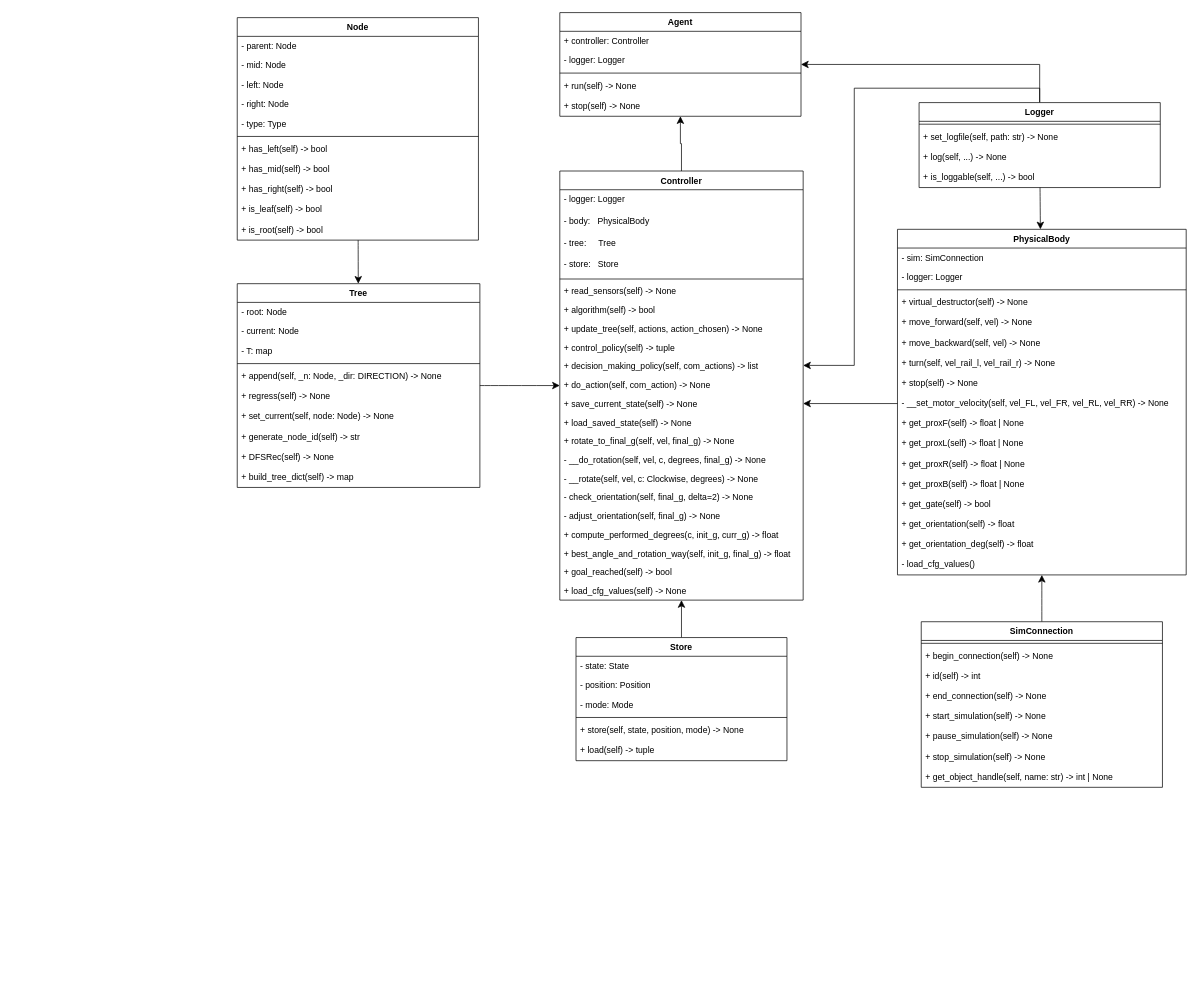
Before: Documentation/Diagrams/ClassDiagram/ClassDiagramEv3Project.drawio in Mastro-Gibbs/PROGETTO_ROBOTICA, a draw.io diagram. Source tidied: cells renumbered, new cells numbered last; positions are measured from the earlier drawing's top-left corner, leaving out a move shared by most shapes. Both pictures are drawn from the tidied source at 72%, with x=0, y=0 at pixel (237, 12).
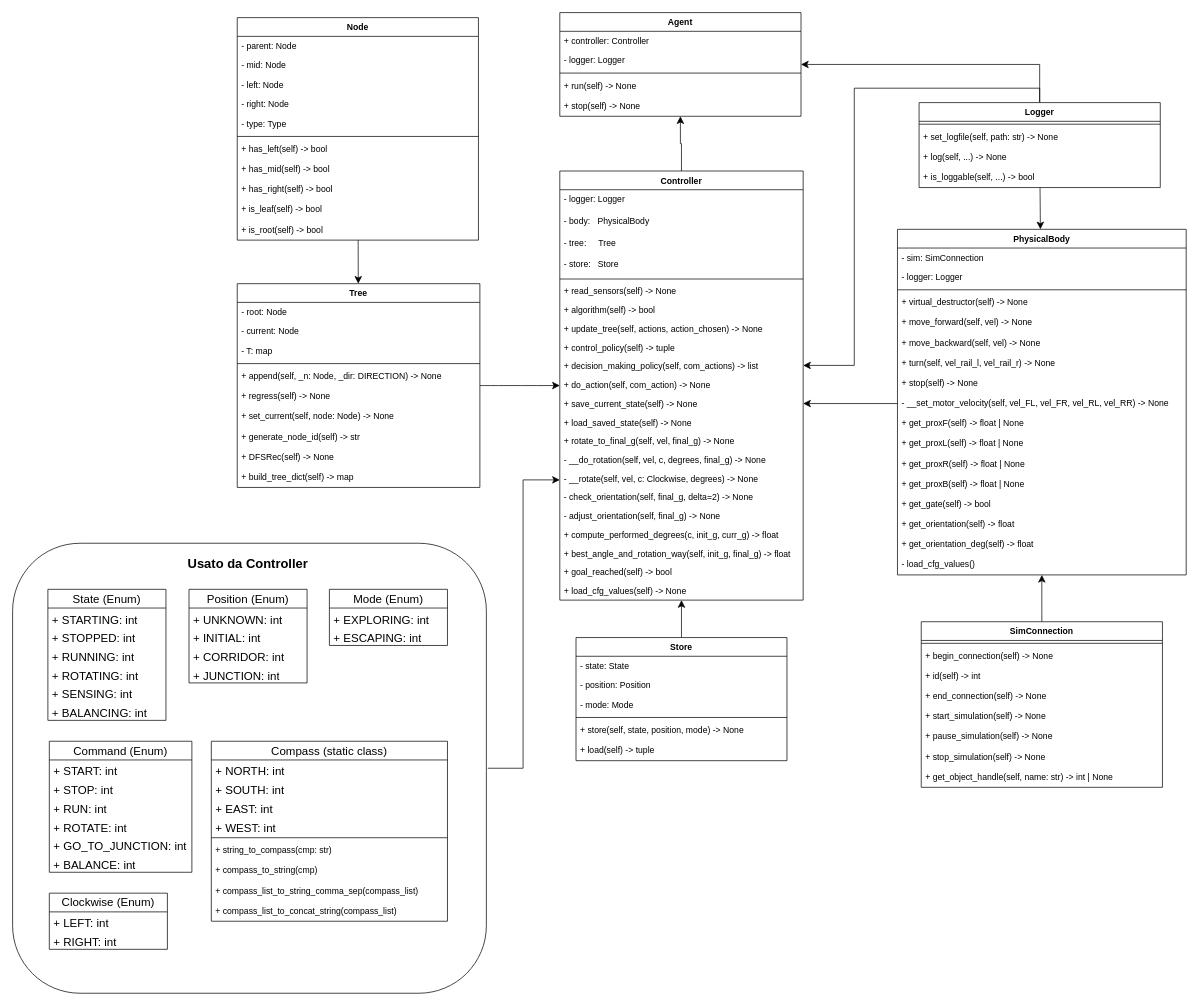
After the change.

Unchanged cells that the change refers to:
```xml
<mxCell id="9" value="Controller" style="swimlane;fontStyle=1;align=center;verticalAlign=top;horizontal=1;startSize=26;" parent="1" vertex="1">
  <mxGeometry x="448" y="220" width="338" height="596" as="geometry" />
</mxCell>
```

Diff of the diagram source:
```diff
@@
-    <mxCell id="94" value="Store" style="swimlane;fontStyle=1;align=center;verticalAlign=top;horizontal=1;startSize=26;" parent="1" vertex="1">
+    <mxCell id="94" value="Store" style="swimlane;fontStyle=1;align=center;verticalAlign=top;horizontal=1;startSize=26;strokeColor=default;swimlaneLine=1;glass=0;shadow=0;rounded=0;" parent="1" vertex="1">
       <mxGeometry x="470.5" y="868" width="293" height="171" as="geometry" />
     </mxCell>
@@
+    <mxCell id="104" value="State (Enum)" style="swimlane;fontStyle=0;horizontal=1;startSize=26;fillColor=none;whiteSpace=wrap;html=1;fontSize=16;" parent="1" vertex="1">
+      <mxGeometry x="-263" y="801" width="164" height="182" as="geometry" />
+    </mxCell>
+    <mxCell id="105" value="+ STARTING: int" style="text;strokeColor=none;fillColor=none;align=left;verticalAlign=top;spacingLeft=4;spacingRight=4;overflow=hidden;whiteSpace=wrap;html=1;fontSize=16;" parent="104" vertex="1">
+      <mxGeometry y="26" width="164" height="26" as="geometry" />
+    </mxCell>
+    <mxCell id="106" value="+ STOPPED: int" style="text;strokeColor=none;fillColor=none;align=left;verticalAlign=top;spacingLeft=4;spacingRight=4;overflow=hidden;whiteSpace=wrap;html=1;fontSize=16;" parent="104" vertex="1">
+      <mxGeometry y="52" width="164" height="26" as="geometry" />
+    </mxCell>
+    <mxCell id="107" value="+ RUNNING: int" style="text;strokeColor=none;fillColor=none;align=left;verticalAlign=top;spacingLeft=4;spacingRight=4;overflow=hidden;whiteSpace=wrap;html=1;fontSize=16;" parent="104" vertex="1">
+      <mxGeometry y="78" width="164" height="26" as="geometry" />
+    </mxCell>
+    <mxCell id="108" value="+ ROTATING: int" style="text;strokeColor=none;fillColor=none;align=left;verticalAlign=top;spacingLeft=4;spacingRight=4;overflow=hidden;whiteSpace=wrap;html=1;fontSize=16;" parent="104" vertex="1">
+      <mxGeometry y="104" width="164" height="26" as="geometry" />
+    </mxCell>
+    <mxCell id="109" value="+ SENSING: int" style="text;strokeColor=none;fillColor=none;align=left;verticalAlign=top;spacingLeft=4;spacingRight=4;overflow=hidden;whiteSpace=wrap;html=1;fontSize=16;" parent="104" vertex="1">
+      <mxGeometry y="130" width="164" height="26" as="geometry" />
+    </mxCell>
+    <mxCell id="110" value="+ BALANCING: int" style="text;strokeColor=none;fillColor=none;align=left;verticalAlign=top;spacingLeft=4;spacingRight=4;overflow=hidden;whiteSpace=wrap;html=1;fontSize=16;" parent="104" vertex="1">
+      <mxGeometry y="156" width="164" height="26" as="geometry" />
+    </mxCell>
+    <mxCell id="111" value="Mode (Enum)" style="swimlane;fontStyle=0;horizontal=1;startSize=26;fillColor=none;whiteSpace=wrap;html=1;fontSize=16;" parent="1" vertex="1">
+      <mxGeometry x="128" y="801" width="164" height="78" as="geometry" />
+    </mxCell>
+    <mxCell id="112" value="+ EXPLORING: int" style="text;strokeColor=none;fillColor=none;align=left;verticalAlign=top;spacingLeft=4;spacingRight=4;overflow=hidden;whiteSpace=wrap;html=1;fontSize=16;" parent="111" vertex="1">
+      <mxGeometry y="26" width="164" height="26" as="geometry" />
+    </mxCell>
+    <mxCell id="113" value="+ ESCAPING: int" style="text;strokeColor=none;fillColor=none;align=left;verticalAlign=top;spacingLeft=4;spacingRight=4;overflow=hidden;whiteSpace=wrap;html=1;fontSize=16;" parent="111" vertex="1">
+      <mxGeometry y="52" width="164" height="26" as="geometry" />
+    </mxCell>
+    <mxCell id="114" value="Position (Enum)" style="swimlane;fontStyle=0;horizontal=1;startSize=26;fillColor=none;whiteSpace=wrap;html=1;fontSize=16;" parent="1" vertex="1">
+      <mxGeometry x="-67" y="801" width="164" height="130" as="geometry" />
+    </mxCell>
+    <mxCell id="115" value="+ UNKNOWN: int" style="text;strokeColor=none;fillColor=none;align=left;verticalAlign=top;spacingLeft=4;spacingRight=4;overflow=hidden;whiteSpace=wrap;html=1;fontSize=16;" parent="114" vertex="1">
+      <mxGeometry y="26" width="164" height="26" as="geometry" />
+    </mxCell>
+    <mxCell id="116" value="+ INITIAL: int" style="text;strokeColor=none;fillColor=none;align=left;verticalAlign=top;spacingLeft=4;spacingRight=4;overflow=hidden;whiteSpace=wrap;html=1;fontSize=16;" parent="114" vertex="1">
+      <mxGeometry y="52" width="164" height="26" as="geometry" />
+    </mxCell>
+    <mxCell id="117" value="+ CORRIDOR: int" style="text;strokeColor=none;fillColor=none;align=left;verticalAlign=top;spacingLeft=4;spacingRight=4;overflow=hidden;whiteSpace=wrap;html=1;fontSize=16;" parent="114" vertex="1">
+      <mxGeometry y="78" width="164" height="26" as="geometry" />
+    </mxCell>
+    <mxCell id="118" value="+ JUNCTION: int" style="text;strokeColor=none;fillColor=none;align=left;verticalAlign=top;spacingLeft=4;spacingRight=4;overflow=hidden;whiteSpace=wrap;html=1;fontSize=16;" parent="114" vertex="1">
+      <mxGeometry y="104" width="164" height="26" as="geometry" />
+    </mxCell>
+    <mxCell id="119" value="Compass (static class)" style="swimlane;fontStyle=0;horizontal=1;startSize=26;fillColor=none;whiteSpace=wrap;html=1;fontSize=16;" parent="1" vertex="1">
+      <mxGeometry x="-36" y="1012" width="328" height="250" as="geometry" />
+    </mxCell>
+    <mxCell id="120" value="+ NORTH: int" style="text;strokeColor=none;fillColor=none;align=left;verticalAlign=top;spacingLeft=4;spacingRight=4;overflow=hidden;whiteSpace=wrap;html=1;fontSize=16;" parent="119" vertex="1">
+      <mxGeometry y="26" width="328" height="26" as="geometry" />
+    </mxCell>
+    <mxCell id="121" value="+ SOUTH: int" style="text;strokeColor=none;fillColor=none;align=left;verticalAlign=top;spacingLeft=4;spacingRight=4;overflow=hidden;whiteSpace=wrap;html=1;fontSize=16;" parent="119" vertex="1">
+      <mxGeometry y="52" width="328" height="26" as="geometry" />
+    </mxCell>
+    <mxCell id="122" value="+ EAST: int" style="text;strokeColor=none;fillColor=none;align=left;verticalAlign=top;spacingLeft=4;spacingRight=4;overflow=hidden;whiteSpace=wrap;html=1;fontSize=16;" parent="119" vertex="1">
+      <mxGeometry y="78" width="328" height="26" as="geometry" />
+    </mxCell>
+    <mxCell id="123" value="+ WEST: int" style="text;strokeColor=none;fillColor=none;align=left;verticalAlign=top;spacingLeft=4;spacingRight=4;overflow=hidden;whiteSpace=wrap;html=1;fontSize=16;" parent="119" vertex="1">
+      <mxGeometry y="104" width="328" height="26" as="geometry" />
+    </mxCell>
+    <mxCell id="124" style="line;strokeWidth=1;fillColor=none;align=left;verticalAlign=middle;spacingTop=-1;spacingLeft=3;spacingRight=3;labelPosition=right;" parent="119" vertex="1">
+      <mxGeometry y="130" width="328" height="8" as="geometry" />
+    </mxCell>
+    <mxCell id="125" value="+ string_to_compass(cmp: str)" style="text;strokeColor=none;fillColor=none;align=left;verticalAlign=top;spacingLeft=4;spacingRight=4;overflow=hidden;" parent="119" vertex="1">
+      <mxGeometry y="138" width="328" height="28" as="geometry" />
+    </mxCell>
+    <mxCell id="126" value="+ compass_to_string(cmp)" style="text;strokeColor=none;fillColor=none;align=left;verticalAlign=top;spacingLeft=4;spacingRight=4;overflow=hidden;" parent="119" vertex="1">
+      <mxGeometry y="166" width="328" height="28" as="geometry" />
+    </mxCell>
+    <mxCell id="127" value="+ compass_list_to_string_comma_sep(compass_list)" style="text;strokeColor=none;fillColor=none;align=left;verticalAlign=top;spacingLeft=4;spacingRight=4;overflow=hidden;" parent="119" vertex="1">
+      <mxGeometry y="194" width="328" height="28" as="geometry" />
+    </mxCell>
+    <mxCell id="128" value="+ compass_list_to_concat_string(compass_list)" style="text;strokeColor=none;fillColor=none;align=left;verticalAlign=top;spacingLeft=4;spacingRight=4;overflow=hidden;" parent="119" vertex="1">
+      <mxGeometry y="222" width="328" height="28" as="geometry" />
+    </mxCell>
+    <mxCell id="129" value="Command (Enum)" style="swimlane;fontStyle=0;horizontal=1;startSize=26;fillColor=none;whiteSpace=wrap;html=1;fontSize=16;" parent="1" vertex="1">
+      <mxGeometry x="-261" y="1012" width="198" height="182" as="geometry" />
+    </mxCell>
+    <mxCell id="130" value="+ START: int&lt;span style=&quot;white-space: pre;&quot;&gt;&#9;&lt;/span&gt;" style="text;strokeColor=none;fillColor=none;align=left;verticalAlign=top;spacingLeft=4;spacingRight=4;overflow=hidden;whiteSpace=wrap;html=1;fontSize=16;" parent="129" vertex="1">
+      <mxGeometry y="26" width="198" height="26" as="geometry" />
+    </mxCell>
+    <mxCell id="131" value="+ STOP: int" style="text;strokeColor=none;fillColor=none;align=left;verticalAlign=top;spacingLeft=4;spacingRight=4;overflow=hidden;whiteSpace=wrap;html=1;fontSize=16;" parent="129" vertex="1">
+      <mxGeometry y="52" width="198" height="26" as="geometry" />
+    </mxCell>
+    <mxCell id="132" value="+ RUN: int" style="text;strokeColor=none;fillColor=none;align=left;verticalAlign=top;spacingLeft=4;spacingRight=4;overflow=hidden;whiteSpace=wrap;html=1;fontSize=16;" parent="129" vertex="1">
+      <mxGeometry y="78" width="198" height="26" as="geometry" />
+    </mxCell>
+    <mxCell id="133" value="+ ROTATE: int" style="text;strokeColor=none;fillColor=none;align=left;verticalAlign=top;spacingLeft=4;spacingRight=4;overflow=hidden;whiteSpace=wrap;html=1;fontSize=16;" parent="129" vertex="1">
+      <mxGeometry y="104" width="198" height="26" as="geometry" />
+    </mxCell>
+    <mxCell id="134" value="+&amp;nbsp;GO_TO_JUNCTION&lt;span style=&quot;background-color: initial;&quot;&gt;: int&lt;/span&gt;" style="text;strokeColor=none;fillColor=none;align=left;verticalAlign=top;spacingLeft=4;spacingRight=4;overflow=hidden;whiteSpace=wrap;html=1;fontSize=16;" parent="129" vertex="1">
+      <mxGeometry y="130" width="198" height="26" as="geometry" />
+    </mxCell>
+    <mxCell id="135" value="+&amp;nbsp;BALANCE&lt;span style=&quot;background-color: initial;&quot;&gt;: int&lt;/span&gt;" style="text;strokeColor=none;fillColor=none;align=left;verticalAlign=top;spacingLeft=4;spacingRight=4;overflow=hidden;whiteSpace=wrap;html=1;fontSize=16;" parent="129" vertex="1">
+      <mxGeometry y="156" width="198" height="26" as="geometry" />
+    </mxCell>
+    <mxCell id="136" value="Clockwise (Enum)" style="swimlane;fontStyle=0;horizontal=1;startSize=26;fillColor=none;whiteSpace=wrap;html=1;fontSize=16;" parent="1" vertex="1">
+      <mxGeometry x="-261" y="1223" width="164" height="78" as="geometry" />
+    </mxCell>
+    <mxCell id="137" value="+ LEFT: int" style="text;strokeColor=none;fillColor=none;align=left;verticalAlign=top;spacingLeft=4;spacingRight=4;overflow=hidden;whiteSpace=wrap;html=1;fontSize=16;" parent="136" vertex="1">
+      <mxGeometry y="26" width="164" height="26" as="geometry" />
+    </mxCell>
+    <mxCell id="138" value="+ RIGHT: int" style="text;strokeColor=none;fillColor=none;align=left;verticalAlign=top;spacingLeft=4;spacingRight=4;overflow=hidden;whiteSpace=wrap;html=1;fontSize=16;" parent="136" vertex="1">
+      <mxGeometry y="52" width="164" height="26" as="geometry" />
+    </mxCell>
+    <mxCell id="139" style="edgeStyle=orthogonalEdgeStyle;rounded=0;jettySize=auto;html=1;exitX=1;exitY=0.5;exitDx=0;exitDy=0;fontSize=12;startSize=8;endSize=8;" parent="1" edge="1" source="140" target="9">
+      <mxGeometry relative="1" as="geometry">
+        <Array as="points">
+          <mxPoint x="397" y="1050" />
+          <mxPoint x="397" y="649" />
+        </Array>
+      </mxGeometry>
+    </mxCell>
+    <mxCell id="140" value="&lt;h1 style=&quot;line-height: 120%;&quot;&gt;&lt;br&gt;&lt;/h1&gt;" style="rounded=1;whiteSpace=wrap;html=1;fontSize=16;perimeterSpacing=2;glass=1;fillColor=none;align=center;" parent="1" vertex="1">
+      <mxGeometry x="-312" y="737" width="658" height="625" as="geometry" />
+    </mxCell>
+    <mxCell id="141" value="&lt;b&gt;&lt;font style=&quot;font-size: 18px;&quot;&gt;Usato da Controller&lt;/font&gt;&lt;/b&gt;" style="text;html=1;strokeColor=none;fillColor=none;align=center;verticalAlign=middle;whiteSpace=wrap;rounded=0;fontSize=16;" parent="1" vertex="1">
+      <mxGeometry x="-89" y="751" width="208" height="30" as="geometry" />
+    </mxCell>
```
